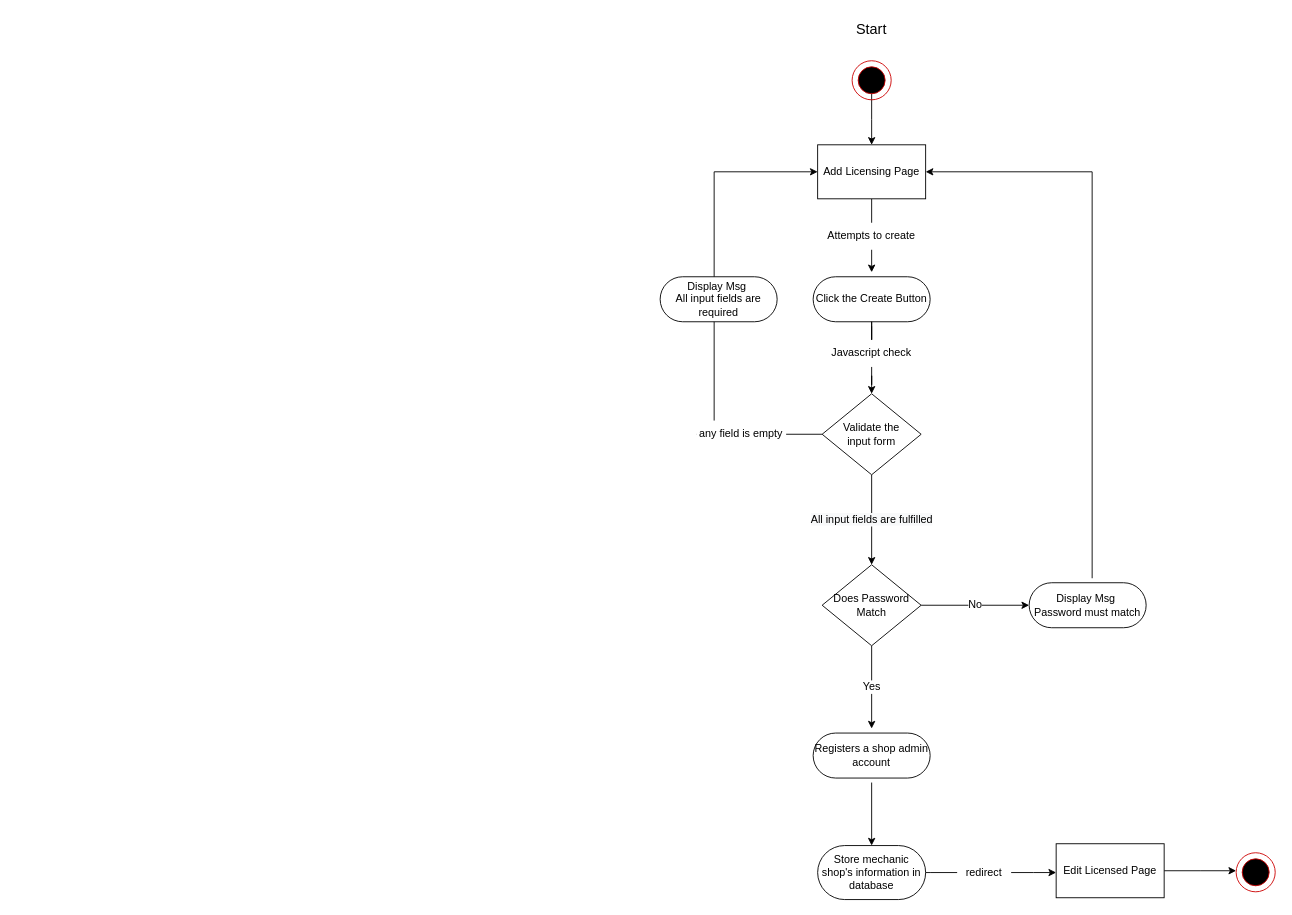
Before: Activity_Diagrams/Support/LicenseToMechanicShop.drawio in Awrmani/AutoQuotes, a draw.io diagram. Source tidied: cells renumbered, new cells numbered last; positions are measured from the earlier drawing's top-left corner, leaving out a move shared by most shapes. Both pictures are drawn from the tidied source at 90%, with x=0, y=0 at pixel (660, 15).
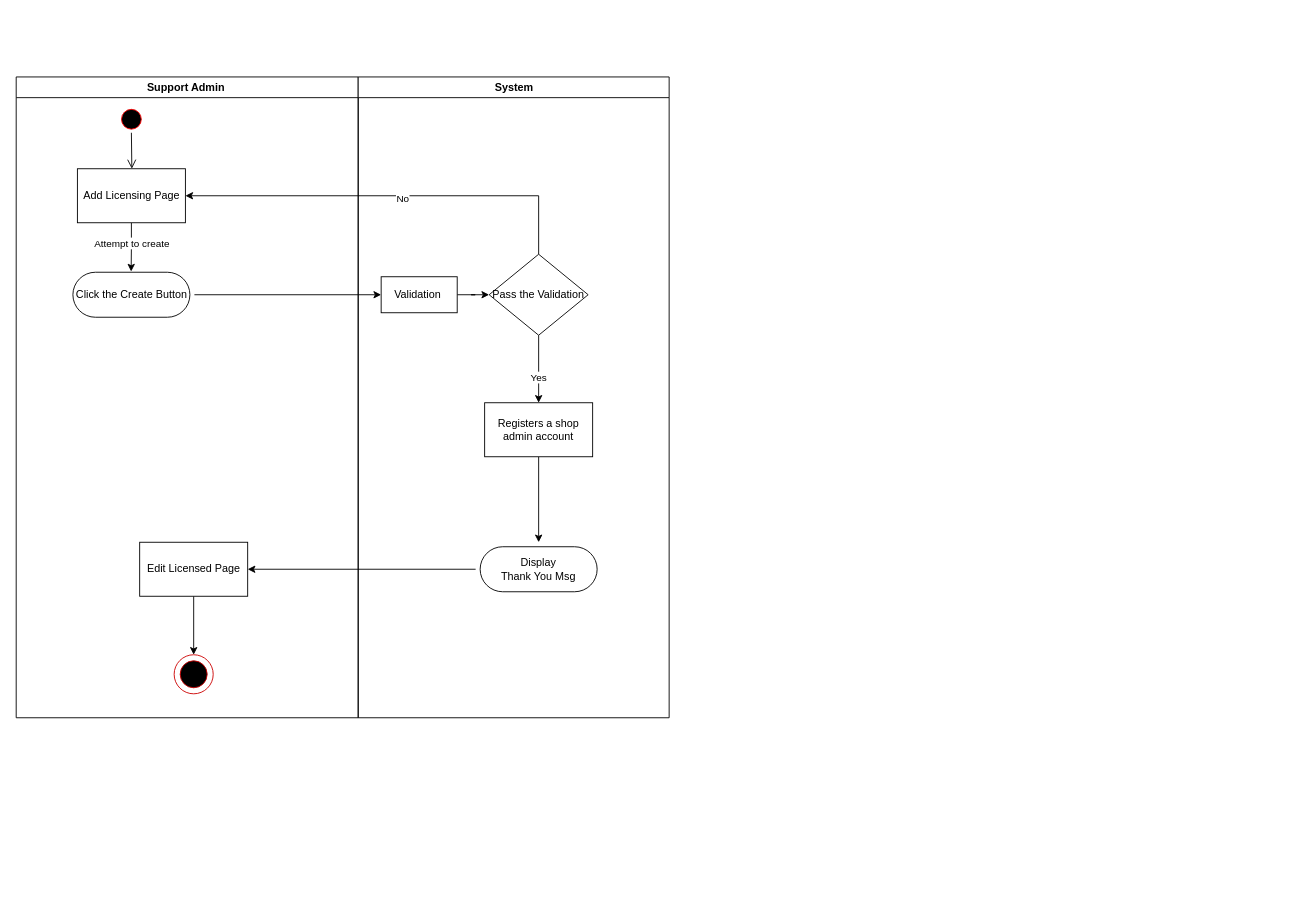
The same diagram, later.

The edit, as a diff of the source:
```diff
@@
-    <mxCell id="2" style="edgeStyle=orthogonalEdgeStyle;rounded=0;jettySize=auto;html=1;" parent="1" edge="1" source="5">
-      <mxGeometry relative="1" as="geometry">
-        <mxPoint x="235" y="143.4" as="targetPoint" />
-      </mxGeometry>
-    </mxCell>
-    <mxCell id="3" style="group;" parent="1" vertex="1">
-      <mxGeometry x="213.3" y="50" width="43.4" height="43.4" as="geometry" />
-    </mxCell>
-    <mxCell id="4" style="ellipse;whiteSpace=wrap;html=1;fillColor=none;strokeColor=#CC0000;" parent="3" vertex="1">
-      <mxGeometry width="43.4" height="43.4" as="geometry" />
-    </mxCell>
-    <mxCell id="5" style="ellipse;whiteSpace=wrap;html=1;fillColor=#000000;strokeColor=#CC0000;" parent="3" vertex="1">
-      <mxGeometry x="6.7" y="6.7" width="30" height="30" as="geometry" />
-    </mxCell>
-    <mxCell id="6" value="&lt;font style=&quot;font-size: 16px;&quot;&gt;Start&lt;/font&gt;" style="text;html=1;strokeColor=none;fillColor=none;align=center;verticalAlign=middle;whiteSpace=wrap;rounded=0;" parent="1" vertex="1">
-      <mxGeometry x="205" width="60" height="30" as="geometry" />
-    </mxCell>
-    <mxCell id="7" style="edgeStyle=orthogonalEdgeStyle;rounded=0;jettySize=auto;html=1;fontSize=12;startArrow=none;" parent="1" edge="1" source="15" target="14">
-      <mxGeometry relative="1" as="geometry" />
-    </mxCell>
+    <mxCell id="36" value="Support Admin " style="swimlane;whiteSpace=wrap;" parent="1" vertex="1">
+      <mxGeometry x="-715.5" y="68" width="380" height="712" as="geometry" />
+    </mxCell>
+    <mxCell id="37" style="ellipse;shape=startState;fillColor=#000000;strokeColor=#ff0000;" parent="36" vertex="1">
+      <mxGeometry x="113" y="32" width="30" height="30" as="geometry" />
+    </mxCell>
+    <mxCell id="38" style="edgeStyle=elbowEdgeStyle;elbow=horizontal;verticalAlign=bottom;endArrow=open;endSize=8;strokeColor=#000000;endFill=1;rounded=0;entryX=0.5;entryY=0;entryDx=0;entryDy=0;" parent="36" edge="1" source="37">
+      <mxGeometry x="100" y="40" as="geometry">
+        <mxPoint x="128" y="102" as="targetPoint" />
+      </mxGeometry>
+    </mxCell>
+    <mxCell id="9" style="edgeStyle=orthogonalEdgeStyle;rounded=0;jettySize=auto;html=1;entryX=0.498;entryY=0.07;entryDx=0;entryDy=0;entryPerimeter=0;" parent="36" edge="1" source="10" target="8">
+      <mxGeometry relative="1" as="geometry" />
+    </mxCell>
+    <mxCell id="39" value="Attempt to create" style="edgeLabel;html=1;align=center;verticalAlign=middle;" parent="9" vertex="1">
+      <mxGeometry x="0.17" y="1" relative="1" as="geometry">
+        <mxPoint x="-1" y="-9" as="offset" />
+      </mxGeometry>
+    </mxCell>
+    <mxCell id="10" value="Add Licensing Page" style="rounded=0;whiteSpace=wrap;html=1;" parent="36" vertex="1">
+      <mxGeometry x="68" y="102" width="120" height="60" as="geometry" />
+    </mxCell>
-    <mxCell id="8" value="Click the Create Button" style="rounded=1;whiteSpace=wrap;html=1;perimeterSpacing=5;arcSize=50;" parent="1" vertex="1">
-      <mxGeometry x="170" y="290" width="130" height="50" as="geometry" />
+    <mxCell id="8" value="Click the Create Button" style="rounded=1;whiteSpace=wrap;html=1;perimeterSpacing=5;arcSize=50;" parent="36" vertex="1">
+      <mxGeometry x="63" y="217" width="130" height="50" as="geometry" />
     </mxCell>
-    <mxCell id="9" style="edgeStyle=orthogonalEdgeStyle;rounded=0;jettySize=auto;html=1;fontSize=12;" parent="1" edge="1" source="10" target="8">
-      <mxGeometry relative="1" as="geometry" />
-    </mxCell>
-    <mxCell id="10" value="Add Licensing Page" style="rounded=0;whiteSpace=wrap;html=1;" parent="1" vertex="1">
-      <mxGeometry x="175" y="143.4" width="120" height="60" as="geometry" />
-    </mxCell>
-    <mxCell id="11" value="Attempts to create" style="text;html=1;strokeColor=none;fillColor=default;align=center;verticalAlign=middle;whiteSpace=wrap;rounded=0;fontSize=12;" parent="1" vertex="1">
-      <mxGeometry x="185" y="230" width="100" height="30" as="geometry" />
-    </mxCell>
-    <mxCell id="12" style="edgeStyle=orthogonalEdgeStyle;rounded=0;jettySize=auto;html=1;entryX=0;entryY=0.5;entryDx=0;entryDy=0;fontSize=12;startArrow=none;" parent="1" edge="1" source="18" target="10">
-      <mxGeometry relative="1" as="geometry">
-        <Array as="points">
-          <mxPoint x="60" y="173" />
-        </Array>
-      </mxGeometry>
-    </mxCell>
-    <mxCell id="13" value="&lt;span style=&quot;background-color: rgb(248, 249, 250);&quot;&gt;All input fields are fulfilled&lt;/span&gt;" style="edgeStyle=orthogonalEdgeStyle;rounded=0;jettySize=auto;html=1;fontSize=12;" parent="1" edge="1" source="14" target="22">
-      <mxGeometry relative="1" as="geometry" />
-    </mxCell>
-    <mxCell id="14" value="Validate the &lt;br&gt;input form" style="rhombus;whiteSpace=wrap;html=1;fontSize=12;strokeColor=default;fillColor=default;" parent="1" vertex="1">
-      <mxGeometry x="180" y="420" width="110" height="90" as="geometry" />
-    </mxCell>
-    <mxCell id="15" value="Javascript check" style="text;html=1;strokeColor=none;fillColor=default;align=center;verticalAlign=middle;whiteSpace=wrap;rounded=0;fontSize=12;" parent="1" vertex="1">
-      <mxGeometry x="170" y="360" width="130" height="30" as="geometry" />
-    </mxCell>
-    <mxCell id="16" style="edgeStyle=orthogonalEdgeStyle;rounded=0;jettySize=auto;html=1;fontSize=12;endArrow=none;" parent="1" edge="1" source="8" target="15">
-      <mxGeometry relative="1" as="geometry" />
-    </mxCell>
-    <mxCell id="17" style="edgeStyle=orthogonalEdgeStyle;rounded=0;jettySize=auto;html=1;entryX=0;entryY=0.5;entryDx=0;entryDy=0;fontSize=12;endArrow=none;" parent="1" edge="1" source="14" target="18">
-      <mxGeometry relative="1" as="geometry">
-        <Array as="points">
-          <mxPoint x="60" y="465" />
-        </Array>
-      </mxGeometry>
-    </mxCell>
-    <mxCell id="18" value="any field is empty" style="text;html=1;strokeColor=none;fillColor=default;align=center;verticalAlign=middle;whiteSpace=wrap;rounded=0;fontSize=12;" parent="1" vertex="1">
-      <mxGeometry x="40" y="450" width="100" height="30" as="geometry" />
-    </mxCell>
-    <mxCell id="19" value="Display Msg&amp;nbsp;&lt;br&gt;All input fields are required" style="rounded=1;whiteSpace=wrap;html=1;perimeterSpacing=5;arcSize=50;" parent="1" vertex="1">
-      <mxGeometry y="290" width="130" height="50" as="geometry" />
-    </mxCell>
+    <mxCell id="40" style="edgeStyle=orthogonalEdgeStyle;rounded=0;jettySize=auto;html=1;fontSize=12;" parent="36" edge="1" source="32" target="42">
+      <mxGeometry relative="1" as="geometry" />
+    </mxCell>
+    <mxCell id="32" value="Edit Licensed Page" style="rounded=0;whiteSpace=wrap;html=1;fontSize=12;strokeColor=default;fillColor=default;" parent="36" vertex="1">
+      <mxGeometry x="137.2" y="517" width="120" height="60" as="geometry" />
+    </mxCell>
+    <mxCell id="41" style="group;" parent="36" vertex="1">
+      <mxGeometry x="175.5" y="642" width="43.4" height="43.4" as="geometry" />
+    </mxCell>
+    <mxCell id="42" style="ellipse;whiteSpace=wrap;html=1;fillColor=none;strokeColor=#CC0000;" parent="41" vertex="1">
+      <mxGeometry width="43.4" height="43.4" as="geometry" />
+    </mxCell>
+    <mxCell id="43" style="ellipse;whiteSpace=wrap;html=1;fillColor=#000000;strokeColor=#CC0000;" parent="41" vertex="1">
+      <mxGeometry x="6.7" y="6.7" width="30" height="30" as="geometry" />
+    </mxCell>
+    <mxCell id="44" value="System" style="swimlane;whiteSpace=wrap;" parent="1" vertex="1">
+      <mxGeometry x="-335.5" y="68" width="345.5" height="712" as="geometry" />
+    </mxCell>
+    <mxCell id="45" style="edgeStyle=orthogonalEdgeStyle;rounded=0;jettySize=auto;html=1;" parent="44" edge="1" source="46" target="48">
+      <mxGeometry relative="1" as="geometry" />
+    </mxCell>
+    <mxCell id="46" value="Validation&amp;nbsp;" style="rounded=0;whiteSpace=wrap;html=1;fontSize=12;strokeColor=default;fillColor=default;" parent="44" vertex="1">
+      <mxGeometry x="25.5" y="222" width="84.5" height="40" as="geometry" />
+    </mxCell>
+    <mxCell id="47" style="edgeStyle=orthogonalEdgeStyle;rounded=0;jettySize=auto;html=1;" parent="44" edge="1" source="48" target="26">
+      <mxGeometry relative="1" as="geometry" />
+    </mxCell>
+    <mxCell id="21" value="Yes" style="edgeLabel;html=1;align=center;verticalAlign=middle;" parent="47" vertex="1">
+      <mxGeometry x="0.23" y="-1" relative="1" as="geometry" />
+    </mxCell>
+    <mxCell id="48" value="Pass the Validation" style="rhombus;whiteSpace=wrap;html=1;fontSize=12;strokeColor=default;fillColor=default;" parent="44" vertex="1">
+      <mxGeometry x="145.5" y="197" width="110" height="90" as="geometry" />
+    </mxCell>
+    <mxCell id="49" style="edgeStyle=orthogonalEdgeStyle;rounded=0;jettySize=auto;html=1;" parent="44" edge="1" source="26" target="50">
+      <mxGeometry relative="1" as="geometry" />
+    </mxCell>
+    <mxCell id="26" value="Registers a shop admin account" style="rounded=0;whiteSpace=wrap;html=1;fontSize=12;strokeColor=default;fillColor=default;" parent="44" vertex="1">
+      <mxGeometry x="140.5" y="362" width="120" height="60" as="geometry" />
+    </mxCell>
+    <mxCell id="50" value="Display &lt;br&gt;Thank You Msg" style="rounded=1;whiteSpace=wrap;html=1;perimeterSpacing=5;arcSize=50;" parent="44" vertex="1">
+      <mxGeometry x="135.5" y="522" width="130" height="50" as="geometry" />
+    </mxCell>
+    <mxCell id="51" style="edgeStyle=orthogonalEdgeStyle;rounded=0;jettySize=auto;html=1;entryX=1;entryY=0.5;entryDx=0;entryDy=0;" parent="1" edge="1" source="48" target="10">
+      <mxGeometry relative="1" as="geometry">
+        <Array as="points">
+          <mxPoint x="-135" y="200" />
+        </Array>
+      </mxGeometry>
+    </mxCell>
-    <mxCell id="20" value="No" style="edgeStyle=orthogonalEdgeStyle;rounded=0;jettySize=auto;html=1;fontSize=12;" parent="1" edge="1" source="22">
-      <mxGeometry relative="1" as="geometry">
-        <mxPoint x="410" y="655" as="targetPoint" />
-      </mxGeometry>
+    <mxCell id="20" value="No" style="edgeLabel;html=1;align=center;verticalAlign=middle;" parent="51" vertex="1">
+      <mxGeometry x="-0.05" y="2" relative="1" as="geometry" />
     </mxCell>
-    <mxCell id="21" value="Yes" style="edgeStyle=orthogonalEdgeStyle;rounded=0;jettySize=auto;html=1;fontSize=12;" parent="1" edge="1" source="22" target="26">
-      <mxGeometry relative="1" as="geometry" />
-    </mxCell>
-    <mxCell id="22" value="Does Password Match" style="rhombus;whiteSpace=wrap;html=1;fontSize=12;strokeColor=default;fillColor=default;" parent="1" vertex="1">
-      <mxGeometry x="180" y="610" width="110" height="90" as="geometry" />
-    </mxCell>
-    <mxCell id="23" style="edgeStyle=orthogonalEdgeStyle;rounded=0;jettySize=auto;html=1;entryX=1;entryY=0.5;entryDx=0;entryDy=0;fontSize=12;" parent="1" edge="1" source="24" target="10">
-      <mxGeometry relative="1" as="geometry">
-        <Array as="points">
-          <mxPoint x="480" y="173" />
-        </Array>
-      </mxGeometry>
-    </mxCell>
-    <mxCell id="24" value="Display Msg&amp;nbsp;&lt;br&gt;Password must match" style="rounded=1;whiteSpace=wrap;html=1;perimeterSpacing=5;arcSize=50;" parent="1" vertex="1">
-      <mxGeometry x="410" y="630" width="130" height="50" as="geometry" />
-    </mxCell>
-    <mxCell id="25" style="edgeStyle=orthogonalEdgeStyle;rounded=0;jettySize=auto;html=1;fontSize=12;" parent="1" edge="1" source="26" target="28">
-      <mxGeometry relative="1" as="geometry" />
-    </mxCell>
-    <mxCell id="26" value="Registers a shop admin account" style="rounded=1;whiteSpace=wrap;html=1;perimeterSpacing=5;arcSize=50;" parent="1" vertex="1">
-      <mxGeometry x="170" y="797" width="130" height="50" as="geometry" />
-    </mxCell>
-    <mxCell id="27" style="edgeStyle=orthogonalEdgeStyle;rounded=0;jettySize=auto;html=1;fontSize=12;startArrow=none;" parent="1" edge="1" source="29">
-      <mxGeometry relative="1" as="geometry">
-        <mxPoint x="440" y="952" as="targetPoint" />
-      </mxGeometry>
-    </mxCell>
-    <mxCell id="28" value="Store mechanic shop's information in database" style="whiteSpace=wrap;html=1;rounded=1;arcSize=50;" parent="1" vertex="1">
-      <mxGeometry x="175" y="922" width="120" height="60" as="geometry" />
-    </mxCell>
-    <mxCell id="29" value="redirect" style="text;html=1;strokeColor=none;fillColor=none;align=center;verticalAlign=middle;whiteSpace=wrap;rounded=0;fontSize=12;" parent="1" vertex="1">
-      <mxGeometry x="330" y="937" width="60" height="30" as="geometry" />
-    </mxCell>
-    <mxCell id="30" style="edgeStyle=orthogonalEdgeStyle;rounded=0;jettySize=auto;html=1;fontSize=12;endArrow=none;" parent="1" edge="1" source="28" target="29">
-      <mxGeometry relative="1" as="geometry">
-        <Array as="points">
-          <mxPoint x="300" y="952" />
-          <mxPoint x="300" y="952" />
-        </Array>
-      </mxGeometry>
-    </mxCell>
-    <mxCell id="31" style="edgeStyle=orthogonalEdgeStyle;rounded=0;jettySize=auto;html=1;fontSize=12;" parent="1" edge="1" source="32">
-      <mxGeometry relative="1" as="geometry">
-        <mxPoint x="640" y="950" as="targetPoint" />
-      </mxGeometry>
-    </mxCell>
-    <mxCell id="32" value="Edit Licensed Page" style="rounded=0;whiteSpace=wrap;html=1;fontSize=12;strokeColor=default;fillColor=default;" parent="1" vertex="1">
-      <mxGeometry x="440" y="920" width="120" height="60" as="geometry" />
-    </mxCell>
-    <mxCell id="33" style="group;" parent="1" vertex="1">
-      <mxGeometry x="640" y="930" width="43.4" height="43.4" as="geometry" />
-    </mxCell>
-    <mxCell id="34" style="ellipse;whiteSpace=wrap;html=1;fillColor=none;strokeColor=#CC0000;" parent="33" vertex="1">
-      <mxGeometry width="43.4" height="43.4" as="geometry" />
-    </mxCell>
-    <mxCell id="35" style="ellipse;whiteSpace=wrap;html=1;fillColor=#000000;strokeColor=#CC0000;" parent="33" vertex="1">
-      <mxGeometry x="6.7" y="6.7" width="30" height="30" as="geometry" />
-    </mxCell>
+    <mxCell id="52" style="edgeStyle=orthogonalEdgeStyle;rounded=0;jettySize=auto;html=1;" parent="1" edge="1" source="8" target="46">
+      <mxGeometry relative="1" as="geometry" />
+    </mxCell>
+    <mxCell id="53" style="edgeStyle=orthogonalEdgeStyle;rounded=0;jettySize=auto;html=1;entryX=1;entryY=0.5;entryDx=0;entryDy=0;" parent="1" edge="1" source="50" target="32">
+      <mxGeometry relative="1" as="geometry" />
+    </mxCell>
```
